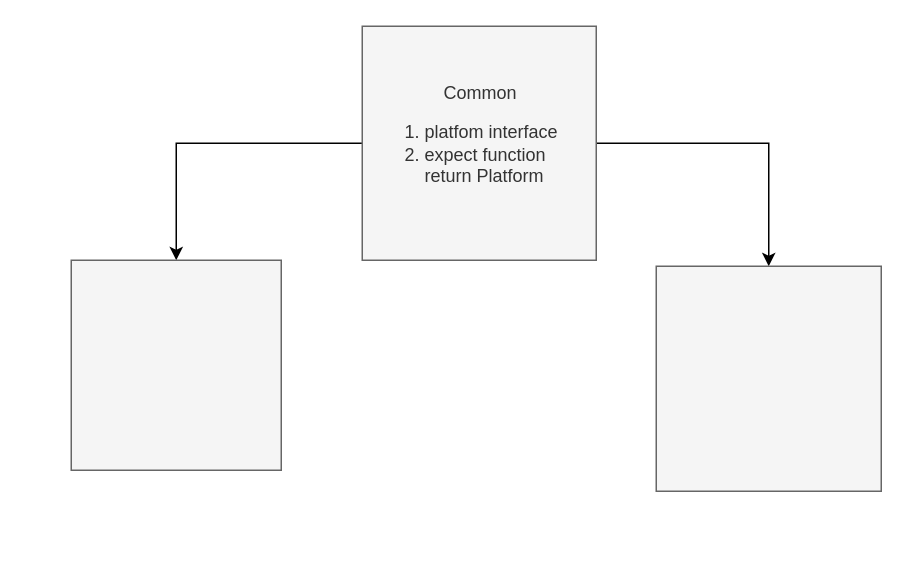
Above: Diagramme sans nom.drawio in saadsgh123/AirBnB_clone (draw.io), before the change. Source tidied: cells renumbered, new cells numbered last; positions are measured from the earlier drawing's top-left corner, leaving out a move shared by most shapes. Both pictures are drawn from the tidied source at 150%, with x=0, y=0 at pixel (70, 26).
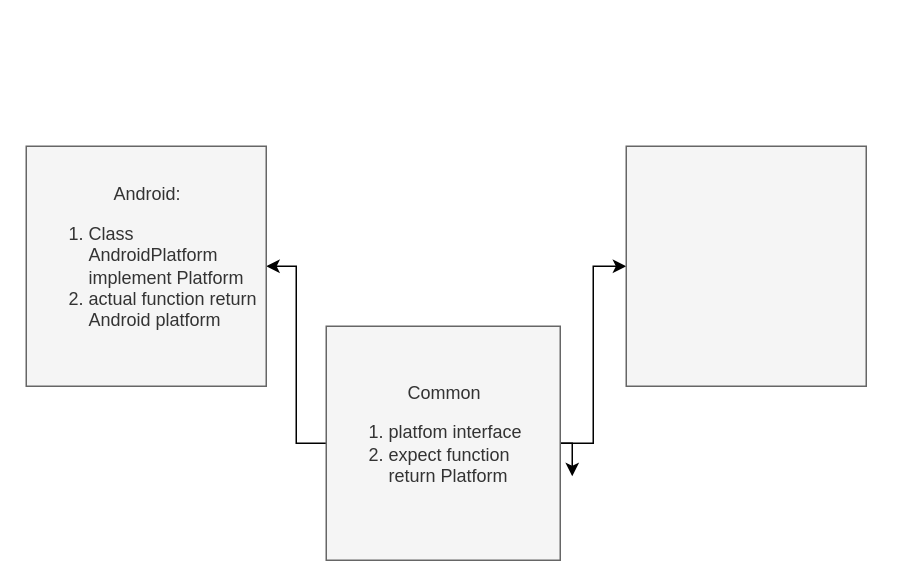
The same page after the edit.

Commit message:
Mettre à jour Diagramme sans nom.drawio

Change to the diagram source:
```diff
@@
 <mxGraphModel>
   <root>
     <mxCell id="0" />
     <mxCell id="1" parent="0" />
     <mxCell id="2" style="edgeStyle=orthogonalEdgeStyle;rounded=0;jettySize=auto;html=1;exitX=1;exitY=0.5;exitDx=0;exitDy=0;" parent="1" edge="1" source="5" target="7">
       <mxGeometry relative="1" as="geometry" />
     </mxCell>
+    <mxCell id="4" style="edgeStyle=orthogonalEdgeStyle;rounded=0;jettySize=auto;html=1;exitX=1;exitY=0.5;exitDx=0;exitDy=0;" parent="1" edge="1" source="5">
+      <mxGeometry relative="1" as="geometry">
+        <mxPoint x="334" y="300" as="targetPoint" />
+      </mxGeometry>
+    </mxCell>
-    <mxCell id="3" style="edgeStyle=orthogonalEdgeStyle;rounded=0;jettySize=auto;html=1;exitX=0;exitY=0.5;exitDx=0;exitDy=0;entryX=0.5;entryY=0;entryDx=0;entryDy=0;" parent="1" edge="1" source="5" target="6">
+    <mxCell id="3" style="edgeStyle=orthogonalEdgeStyle;rounded=0;jettySize=auto;html=1;exitX=0;exitY=0.5;exitDx=0;exitDy=0;entryX=1;entryY=0.5;entryDx=0;entryDy=0;" parent="1" edge="1" source="5" target="6">
       <mxGeometry relative="1" as="geometry" />
     </mxCell>
-    <mxCell id="4" style="edgeStyle=orthogonalEdgeStyle;rounded=0;jettySize=auto;html=1;exitX=1;exitY=0.5;exitDx=0;exitDy=0;" parent="1" edge="1" source="5">
-      <mxGeometry relative="1" as="geometry">
-        <mxPoint x="340" y="70" as="targetPoint" />
-      </mxGeometry>
-    </mxCell>
     <mxCell id="5" value="&lt;div style=&quot;text-align: center;&quot;&gt;Common&lt;/div&gt;&lt;div style=&quot;&quot;&gt;&lt;ol&gt;&lt;li&gt;platfom interface&lt;/li&gt;&lt;li&gt;expect function return Platform&lt;/li&gt;&lt;/ol&gt;&lt;/div&gt;" style="whiteSpace=wrap;html=1;align=left;fillColor=#f5f5f5;fontColor=#333333;strokeColor=#666666;" parent="1" vertex="1">
-      <mxGeometry x="194" width="156" height="156" as="geometry" />
+      <mxGeometry x="170" y="200" width="156" height="156" as="geometry" />
     </mxCell>
-    <mxCell id="6" style="whiteSpace=wrap;html=1;fillColor=#f5f5f5;strokeColor=#666666;fontColor=#333333;" parent="1" vertex="1">
-      <mxGeometry y="156" width="140" height="140" as="geometry" />
+    <mxCell id="6" value="&lt;div style=&quot;text-align: center;&quot;&gt;&lt;span style=&quot;background-color: initial;&quot;&gt;Android:&lt;/span&gt;&lt;/div&gt;&lt;div&gt;&lt;ol&gt;&lt;li&gt;Class AndroidPlatform implement Platform&lt;/li&gt;&lt;li&gt;actual function return Android platform&lt;/li&gt;&lt;/ol&gt;&lt;/div&gt;" style="whiteSpace=wrap;html=1;fillColor=#f5f5f5;strokeColor=#666666;fontColor=#333333;align=left;" parent="1" vertex="1">
+      <mxGeometry x="-30" y="80" width="160" height="160" as="geometry" />
     </mxCell>
     <mxCell id="7" style="whiteSpace=wrap;html=1;fillColor=#f5f5f5;fontColor=#333333;strokeColor=#666666;" parent="1" vertex="1">
-      <mxGeometry x="390" y="160" width="150" height="150" as="geometry" />
+      <mxGeometry x="370" y="80" width="160" height="160" as="geometry" />
     </mxCell>
   </root>
 </mxGraphModel>
```
